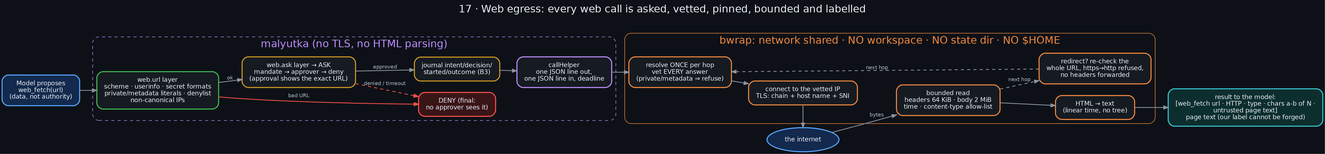
Above: docs/diagrams/17_web_egress.png in danindiana/malyutka (Graphviz), before the change. Its source is kept beside it as docs/diagrams/17_web_egress.dot.
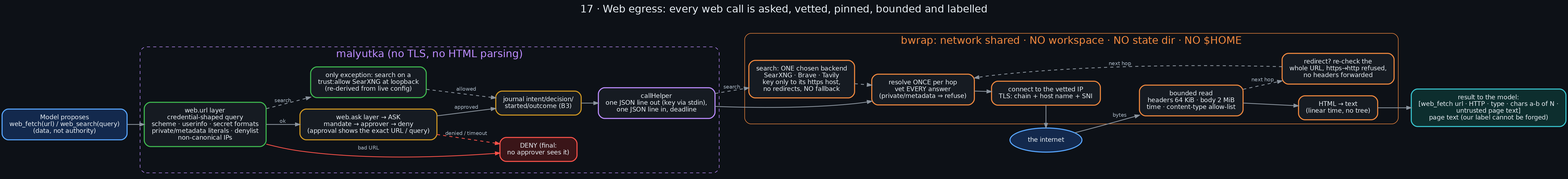
Above is the later version.

The edit, as a diff of the source:
```diff
@@ -5,14 +5,15 @@
            margin="0.2,0.14", fillcolor="#161b22", fontsize=12];
     edge  [color="#8b949e", fontname="Helvetica", fontcolor="#adbac7", penwidth=1.5, arrowsize=0.85, fontsize=10];
 
-    model [label="Model proposes\nweb_fetch(url)\n(data, not authority)", color="#58a6ff", fillcolor="#13294d"];
+    model [label="Model proposes\nweb_fetch(url) / web_search(query)\n(data, not authority)", color="#58a6ff", fillcolor="#13294d"];
     subgraph cluster_h {
         label="malyutka (no TLS, no HTML parsing)"; fontcolor="#bc8cff"; color="#bc8cff"; style="rounded,dashed";
-        url  [label="web.url layer\nscheme · userinfo · secret formats\nprivate/metadata literals · denylist\nnon-canonical IPs", color="#3fb950"];
+        url  [label="web.url layer\ncredential-shaped query\nscheme · userinfo · secret formats\nprivate/metadata literals · denylist\nnon-canonical IPs", color="#3fb950"];
         deny [label="DENY (final:\nno approver sees it)", color="#f85149", fillcolor="#3a1518"];
-        ask  [label="web.ask layer → ASK\nmandate → approver → deny\n(approval shows the exact URL)", color="#d29922"];
+        ask  [label="web.ask layer → ASK\nmandate → approver → deny\n(approval shows the exact URL / query)", color="#d29922"];
+        trusted [label="only exception: search on a\ntrust:allow SearXNG at loopback\n(re-derived from live config)", color="#3fb950"];
         jr   [label="journal intent/decision/\nstarted/outcome (B3)", color="#d29922"];
-        call [label="callHelper\none JSON line out,\none JSON line in, deadline", color="#bc8cff"];
+        call [label="callHelper\none JSON line out (key via stdin),\none JSON line in, deadline", color="#bc8cff"];
     }
     subgraph cluster_s {
         label="bwrap: network shared · NO workspace · NO state dir · NO $HOME"; fontcolor="#f0883e"; color="#f0883e"; style="rounded";
@@ -21,6 +22,7 @@
         read [label="bounded read\nheaders 64 KiB · body 2 MiB\ntime · content-type allow-list", color="#f0883e"];
         redir[label="redirect? re-check the\nwhole URL, https→http refused,\nno headers forwarded", color="#f0883e"];
         txt  [label="HTML → text\n(linear time, no tree)", color="#f0883e"];
+        back [label="search: ONE chosen backend\nSearXNG · Brave · Tavily\nkey only to its https host,\nno redirects, NO fallback", color="#f0883e"];
     }
     net   [label="the internet", shape=oval, color="#58a6ff", fillcolor="#13294d"];
     out   [label="result to the model:\n[web_fetch url · HTTP · type · chars a-b of N ·\nuntrusted page text]\npage text (our label cannot be forged)", color="#39c5cf", fillcolor="#0d2e2e"];
@@ -29,9 +31,12 @@
     url -> deny [label="bad URL", color="#f85149"];
     url -> ask [label="ok"];
     ask -> jr [label="approved"];
+    url -> trusted [style=dashed, label="search"];
+    trusted -> jr [style=dashed, label="allowed"];
     ask -> deny [label="denied / timeout", color="#f85149", style=dashed];
     jr -> call -> res -> pin -> net;
     net -> read [label="bytes"]; pin -> read [style=invis];
     read -> redir -> res [label="next hop", style=dashed];
     read -> txt -> out;
+    call -> back [style=dashed, label="search"]; back -> res [style=dashed];
 }
```
